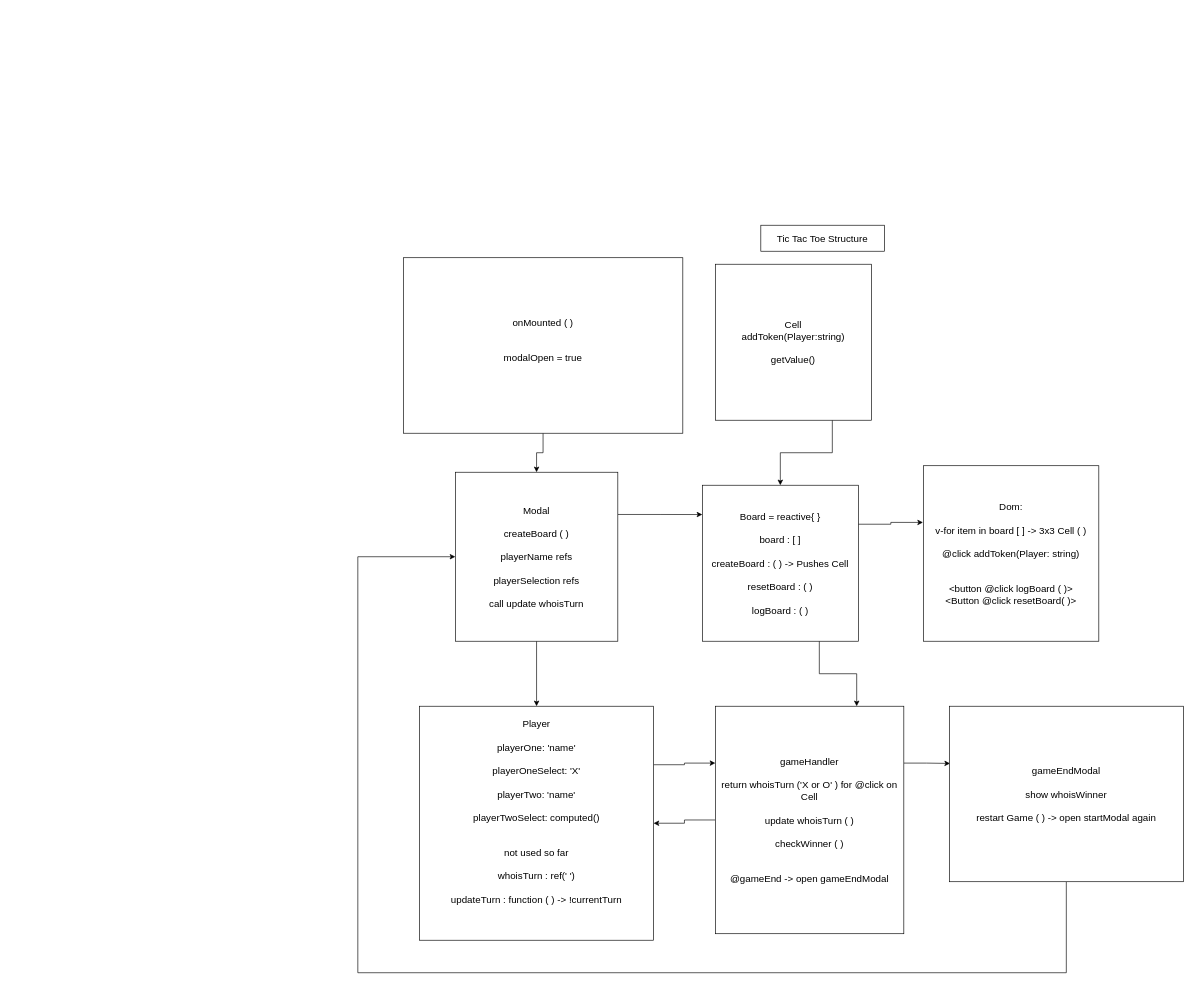
JohKei/vue-odin-project keeps this draw.io diagram as src/assets/ticTacToeStructure.drawio. Above is the earlier version. Source tidied: cells renumbered, new cells numbered last; positions are measured from the earlier drawing's top-left corner, leaving out a move shared by most shapes. Both pictures are drawn from the tidied source at 65%, with x=0, y=0 at pixel (358, 225).
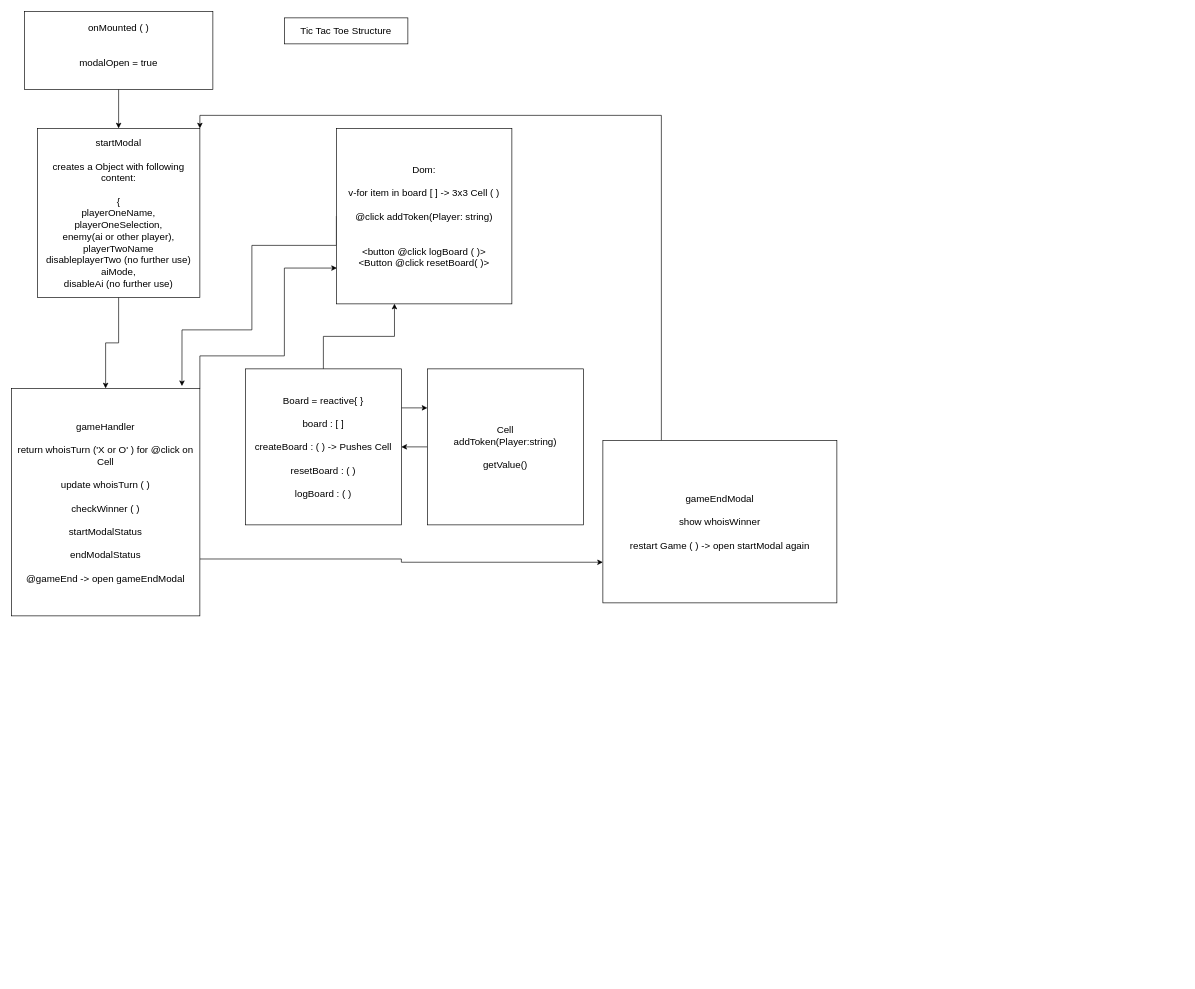
After the change.

What changed in the source:
```diff
@@
     <mxCell id="2" value="Tic Tac Toe Structure" style="rounded=0;whiteSpace=wrap;html=1;fontSize=15;" parent="1" vertex="1">
-      <mxGeometry x="620" width="190" height="40" as="geometry" />
+      <mxGeometry x="-113" y="-319" width="190" height="40" as="geometry" />
     </mxCell>
-    <mxCell id="3" style="edgeStyle=orthogonalEdgeStyle;rounded=0;jettySize=auto;html=1;exitX=0.75;exitY=1;exitDx=0;exitDy=0;entryX=0.5;entryY=0;entryDx=0;entryDy=0;" parent="1" edge="1" source="4" target="9">
+    <mxCell id="3" style="edgeStyle=orthogonalEdgeStyle;rounded=0;jettySize=auto;html=1;exitX=0;exitY=0.5;exitDx=0;exitDy=0;entryX=1;entryY=0.5;entryDx=0;entryDy=0;" parent="1" edge="1" source="4" target="9">
       <mxGeometry relative="1" as="geometry" />
     </mxCell>
     <mxCell id="4" value="&lt;div style=&quot;font-size: 15px;&quot;&gt;Cell&lt;/div&gt;&lt;div style=&quot;font-size: 15px;&quot;&gt;addToken(Player:string)&lt;br style=&quot;font-size: 15px;&quot;&gt;&lt;br style=&quot;font-size: 15px;&quot;&gt;getValue()&lt;br style=&quot;font-size: 15px;&quot;&gt;&lt;/div&gt;" style="whiteSpace=wrap;html=1;fontSize=15;" parent="1" vertex="1">
-      <mxGeometry x="550" y="60" width="240" height="240" as="geometry" />
+      <mxGeometry x="107" y="221" width="240" height="240" as="geometry" />
     </mxCell>
-    <mxCell id="5" style="edgeStyle=orthogonalEdgeStyle;rounded=0;jettySize=auto;html=1;exitX=1;exitY=0.25;exitDx=0;exitDy=0;entryX=0.25;entryY=1;entryDx=0;entryDy=0;" parent="1" edge="1" source="6" target="15">
-      <mxGeometry relative="1" as="geometry" />
-    </mxCell>
-    <mxCell id="6" value="Player&lt;br style=&quot;font-size: 15px;&quot;&gt;&lt;br style=&quot;font-size: 15px;&quot;&gt;&lt;div style=&quot;font-size: 15px;&quot;&gt;playerOne: 'name'&lt;/div&gt;&lt;div style=&quot;font-size: 15px;&quot;&gt;&lt;br style=&quot;font-size: 15px;&quot;&gt;&lt;/div&gt;&lt;div style=&quot;font-size: 15px;&quot;&gt;playerOneSelect: 'X'&lt;/div&gt;&lt;div style=&quot;font-size: 15px;&quot;&gt;&lt;br style=&quot;font-size: 15px;&quot;&gt;&lt;/div&gt;&lt;div style=&quot;font-size: 15px;&quot;&gt;playerTwo: 'name'&lt;/div&gt;&lt;div style=&quot;font-size: 15px;&quot;&gt;&lt;br style=&quot;font-size: 15px;&quot;&gt;&lt;/div&gt;&lt;div style=&quot;font-size: 15px;&quot;&gt;playerTwoSelect: computed()&lt;/div&gt;&lt;div style=&quot;font-size: 15px;&quot;&gt;&lt;br&gt;&lt;/div&gt;&lt;div style=&quot;font-size: 15px;&quot;&gt;&lt;br style=&quot;font-size: 15px;&quot;&gt;&lt;/div&gt;&lt;div style=&quot;font-size: 15px;&quot;&gt;not used so far&lt;/div&gt;&lt;div style=&quot;font-size: 15px;&quot;&gt;&lt;br&gt;&lt;/div&gt;&lt;div style=&quot;font-size: 15px;&quot;&gt;whoisTurn : ref(' ')&lt;/div&gt;&lt;div style=&quot;font-size: 15px;&quot;&gt;&lt;br&gt;&lt;/div&gt;&lt;div style=&quot;font-size: 15px;&quot;&gt;updateTurn : function ( ) -&amp;gt; !currentTurn&lt;br&gt;&lt;br&gt;&lt;br&gt;&lt;/div&gt;" style="whiteSpace=wrap;html=1;fontSize=15;" parent="1" vertex="1">
-      <mxGeometry x="95" y="740" width="360" height="360" as="geometry" />
-    </mxCell>
-    <mxCell id="7" style="edgeStyle=orthogonalEdgeStyle;rounded=0;jettySize=auto;html=1;exitX=1;exitY=0.25;exitDx=0;exitDy=0;entryX=-0.002;entryY=0.323;entryDx=0;entryDy=0;entryPerimeter=0;" parent="1" edge="1" source="9" target="10">
+    <mxCell id="7" style="edgeStyle=orthogonalEdgeStyle;rounded=0;jettySize=auto;html=1;exitX=0.5;exitY=0;exitDx=0;exitDy=0;entryX=0.331;entryY=0.999;entryDx=0;entryDy=0;entryPerimeter=0;" parent="1" edge="1" source="9" target="10">
       <mxGeometry relative="1" as="geometry" />
     </mxCell>
-    <mxCell id="8" style="edgeStyle=orthogonalEdgeStyle;rounded=0;jettySize=auto;html=1;exitX=0.75;exitY=1;exitDx=0;exitDy=0;entryX=0;entryY=0.25;entryDx=0;entryDy=0;" parent="1" edge="1" source="9" target="15">
-      <mxGeometry relative="1" as="geometry" />
-    </mxCell>
+    <mxCell id="21" style="edgeStyle=orthogonalEdgeStyle;rounded=0;jettySize=auto;html=1;exitX=1;exitY=0.25;exitDx=0;exitDy=0;entryX=0;entryY=0.25;entryDx=0;entryDy=0;" parent="1" edge="1" source="9" target="4">
+      <mxGeometry relative="1" as="geometry" />
+    </mxCell>
     <mxCell id="9" value="Board = reactive{ }&lt;br style=&quot;font-size: 15px;&quot;&gt;&lt;br style=&quot;font-size: 15px;&quot;&gt;&lt;div style=&quot;font-size: 15px;&quot;&gt;board : [ ]&lt;/div&gt;&lt;div style=&quot;font-size: 15px;&quot;&gt;&lt;br style=&quot;font-size: 15px;&quot;&gt;&lt;/div&gt;&lt;div style=&quot;font-size: 15px;&quot;&gt;createBoard : ( ) -&amp;gt; Pushes Cell&lt;/div&gt;&lt;div style=&quot;font-size: 15px;&quot;&gt;&lt;br style=&quot;font-size: 15px;&quot;&gt;&lt;/div&gt;&lt;div style=&quot;font-size: 15px;&quot;&gt;resetBoard : ( ) &lt;br style=&quot;font-size: 15px;&quot;&gt;&lt;/div&gt;&lt;div style=&quot;font-size: 15px;&quot;&gt;&lt;br style=&quot;font-size: 15px;&quot;&gt;logBoard : ( )&lt;br style=&quot;font-size: 15px;&quot;&gt;&lt;/div&gt;" style="whiteSpace=wrap;html=1;fontSize=15;" parent="1" vertex="1">
-      <mxGeometry x="530" y="400" width="240" height="240" as="geometry" />
+      <mxGeometry x="-173" y="221" width="240" height="240" as="geometry" />
     </mxCell>
+    <mxCell id="22" style="edgeStyle=orthogonalEdgeStyle;rounded=0;jettySize=auto;html=1;exitX=0;exitY=0.5;exitDx=0;exitDy=0;entryX=-0.01;entryY=0.095;entryDx=0;entryDy=0;entryPerimeter=0;" parent="1" edge="1" source="10" target="15">
+      <mxGeometry relative="1" as="geometry">
+        <Array as="points">
+          <mxPoint x="-33" y="31" />
+          <mxPoint x="-163" y="31" />
+          <mxPoint x="-163" y="161" />
+          <mxPoint x="-271" y="161" />
+        </Array>
+      </mxGeometry>
+    </mxCell>
     <mxCell id="10" value="Dom:&lt;br style=&quot;font-size: 15px;&quot;&gt;&lt;div style=&quot;font-size: 15px;&quot;&gt;&lt;br style=&quot;font-size: 15px;&quot;&gt;&lt;/div&gt;&lt;div style=&quot;font-size: 15px;&quot;&gt;v-for item in board [ ] -&amp;gt; 3x3 Cell ( )&lt;br style=&quot;font-size: 15px;&quot;&gt;&lt;br style=&quot;font-size: 15px;&quot;&gt;@click addToken(Player: string) &lt;br style=&quot;font-size: 15px;&quot;&gt;&lt;br style=&quot;font-size: 15px;&quot;&gt;&lt;br style=&quot;font-size: 15px;&quot;&gt;&amp;lt;button @click logBoard ( )&amp;gt;&lt;/div&gt;&lt;div style=&quot;font-size: 15px;&quot;&gt;&amp;lt;Button @click resetBoard( )&amp;gt;&lt;br style=&quot;font-size: 15px;&quot;&gt;&lt;/div&gt;" style="whiteSpace=wrap;html=1;fontSize=15;" parent="1" vertex="1">
-      <mxGeometry x="870" y="370" width="270" height="270" as="geometry" />
+      <mxGeometry x="-33" y="-149" width="270" height="270" as="geometry" />
     </mxCell>
-    <mxCell id="11" style="edgeStyle=orthogonalEdgeStyle;rounded=0;jettySize=auto;html=1;exitX=1;exitY=0.5;exitDx=0;exitDy=0;" parent="1" edge="1" source="12" target="18">
+    <mxCell id="11" style="edgeStyle=orthogonalEdgeStyle;rounded=0;jettySize=auto;html=1;exitX=1;exitY=0.5;exitDx=0;exitDy=0;entryX=0.5;entryY=0;entryDx=0;entryDy=0;" parent="1" edge="1" source="12" target="18">
       <mxGeometry relative="1" as="geometry" />
     </mxCell>
     <mxCell id="12" value="onMounted ( ) &lt;br style=&quot;font-size: 15px;&quot;&gt;&lt;br style=&quot;font-size: 15px;&quot;&gt;&lt;div&gt;&lt;br&gt;&lt;/div&gt;&lt;div&gt;modalOpen = true&lt;/div&gt;&lt;div&gt;&lt;br&gt;&lt;/div&gt;" style="rounded=1;whiteSpace=wrap;html=1;direction=south;fontSize=15;arcSize=0;" parent="1" vertex="1">
-      <mxGeometry x="70" y="50" width="430" height="270" as="geometry" />
+      <mxGeometry x="-513" y="-329" width="290" height="120" as="geometry" />
     </mxCell>
-    <mxCell id="13" style="edgeStyle=orthogonalEdgeStyle;rounded=0;jettySize=auto;html=1;exitX=0.5;exitY=1;exitDx=0;exitDy=0;entryX=1;entryY=0.5;entryDx=0;entryDy=0;" parent="1" edge="1" source="15" target="6">
-      <mxGeometry relative="1" as="geometry" />
-    </mxCell>
+    <mxCell id="23" style="edgeStyle=orthogonalEdgeStyle;rounded=0;jettySize=auto;html=1;exitX=0;exitY=0;exitDx=0;exitDy=0;entryX=0.003;entryY=0.796;entryDx=0;entryDy=0;entryPerimeter=0;" parent="1" edge="1" source="15" target="10">
+      <mxGeometry relative="1" as="geometry">
+        <Array as="points">
+          <mxPoint x="-243" y="201" />
+          <mxPoint x="-113" y="201" />
+          <mxPoint x="-113" y="66" />
+        </Array>
+      </mxGeometry>
+    </mxCell>
-    <mxCell id="14" style="edgeStyle=orthogonalEdgeStyle;rounded=0;jettySize=auto;html=1;exitX=0.25;exitY=0;exitDx=0;exitDy=0;entryX=0.003;entryY=0.326;entryDx=0;entryDy=0;entryPerimeter=0;" parent="1" edge="1" source="15" target="20">
+    <mxCell id="14" style="edgeStyle=orthogonalEdgeStyle;rounded=0;jettySize=auto;html=1;exitX=0.75;exitY=0;exitDx=0;exitDy=0;entryX=0;entryY=0.75;entryDx=0;entryDy=0;" parent="1" edge="1" source="15" target="20">
       <mxGeometry relative="1" as="geometry" />
     </mxCell>
-    <mxCell id="15" value="&lt;font style=&quot;font-size: 15px;&quot;&gt;gameHandler&lt;/font&gt;&lt;br&gt;&lt;br&gt;return whoisTurn ('X or O' ) for @click on Cell&lt;br&gt;&lt;br&gt;update whoisTurn ( )&lt;br&gt;&lt;br&gt;&lt;div&gt;checkWinner ( )&lt;/div&gt;&lt;div&gt;&lt;br&gt;&lt;/div&gt;&lt;div&gt;&lt;br&gt;&lt;/div&gt;&lt;div&gt;@gameEnd -&amp;gt; open gameEndModal&lt;br&gt;&lt;/div&gt;" style="rounded=0;whiteSpace=wrap;html=1;direction=south;fontSize=15;" parent="1" vertex="1">
-      <mxGeometry x="550" y="740" width="290" height="350" as="geometry" />
+    <mxCell id="15" value="&lt;font style=&quot;font-size: 15px;&quot;&gt;gameHandler&lt;/font&gt;&lt;br&gt;&lt;br&gt;return whoisTurn ('X or O' ) for @click on Cell&lt;br&gt;&lt;br&gt;update whoisTurn ( )&lt;br&gt;&lt;br&gt;&lt;div&gt;checkWinner ( )&lt;/div&gt;&lt;div&gt;&lt;br&gt;&lt;/div&gt;&lt;div&gt;startModalStatus &lt;br&gt;&lt;br&gt;endModalStatus&lt;br&gt;&lt;/div&gt;&lt;div&gt;&lt;br&gt;&lt;/div&gt;&lt;div&gt;@gameEnd -&amp;gt; open gameEndModal&lt;br&gt;&lt;/div&gt;" style="rounded=0;whiteSpace=wrap;html=1;direction=south;fontSize=15;" parent="1" vertex="1">
+      <mxGeometry x="-533" y="251" width="290" height="350" as="geometry" />
     </mxCell>
-    <mxCell id="16" style="edgeStyle=orthogonalEdgeStyle;rounded=0;jettySize=auto;html=1;exitX=1;exitY=0.25;exitDx=0;exitDy=0;entryX=0;entryY=0.188;entryDx=0;entryDy=0;entryPerimeter=0;" parent="1" edge="1" source="18" target="9">
-      <mxGeometry relative="1" as="geometry" />
-    </mxCell>
-    <mxCell id="17" style="edgeStyle=orthogonalEdgeStyle;rounded=0;jettySize=auto;html=1;exitX=0.5;exitY=1;exitDx=0;exitDy=0;entryX=0.5;entryY=0;entryDx=0;entryDy=0;" parent="1" edge="1" source="18" target="6">
-      <mxGeometry relative="1" as="geometry" />
-    </mxCell>
+    <mxCell id="24" style="edgeStyle=orthogonalEdgeStyle;rounded=0;jettySize=auto;html=1;exitX=0.5;exitY=1;exitDx=0;exitDy=0;entryX=0;entryY=0.5;entryDx=0;entryDy=0;" parent="1" edge="1" source="18" target="15">
+      <mxGeometry relative="1" as="geometry" />
+    </mxCell>
-    <mxCell id="18" value="Modal&lt;br style=&quot;font-size: 15px;&quot;&gt;&lt;div&gt;&lt;br&gt;&lt;/div&gt;&lt;div&gt;createBoard ( ) &lt;br&gt;&lt;/div&gt;&lt;div&gt;&lt;br&gt;&lt;/div&gt;&lt;div&gt;playerName refs&lt;br&gt;&lt;br&gt;playerSelection refs&lt;br&gt;&lt;br&gt;call update whoisTurn&lt;br&gt;&lt;/div&gt;" style="rounded=0;whiteSpace=wrap;html=1;fontSize=15;" parent="1" vertex="1">
-      <mxGeometry x="150" y="380" width="250" height="260" as="geometry" />
+    <mxCell id="18" value="startModal&lt;br&gt;&lt;br&gt;creates a Object with following content:&lt;br&gt;&lt;br&gt;{&lt;br&gt;playerOneName,&lt;br&gt;&lt;div&gt;playerOneSelection,&lt;/div&gt;&lt;div&gt;enemy(ai or other player),&lt;/div&gt;&lt;div&gt;playerTwoName&lt;/div&gt;&lt;div&gt;disableplayerTwo (no further use)&lt;/div&gt;&lt;div&gt;aiMode,&lt;/div&gt;&lt;div&gt;disableAi (no further use)&lt;/div&gt;" style="rounded=0;whiteSpace=wrap;html=1;fontSize=15;" parent="1" vertex="1">
+      <mxGeometry x="-493" y="-149" width="250" height="260" as="geometry" />
     </mxCell>
-    <mxCell id="19" style="edgeStyle=orthogonalEdgeStyle;rounded=0;jettySize=auto;html=1;exitX=0.5;exitY=1;exitDx=0;exitDy=0;entryX=0;entryY=0.5;entryDx=0;entryDy=0;" parent="1" edge="1" source="20" target="18">
-      <mxGeometry relative="1" as="geometry">
-        <Array as="points">
-          <mxPoint x="1090" y="1150" />
-          <mxPoint y="1150" />
-          <mxPoint y="510" />
-        </Array>
-      </mxGeometry>
+    <mxCell id="19" style="edgeStyle=orthogonalEdgeStyle;rounded=0;jettySize=auto;html=1;exitX=0.25;exitY=0;exitDx=0;exitDy=0;entryX=1;entryY=0;entryDx=0;entryDy=0;" parent="1" edge="1" source="20" target="18">
+      <mxGeometry relative="1" as="geometry" />
     </mxCell>
     <mxCell id="20" value="gameEndModal&lt;br style=&quot;font-size: 15px;&quot;&gt;&lt;br style=&quot;font-size: 15px;&quot;&gt;show whoisWinner&lt;br style=&quot;font-size: 15px;&quot;&gt;&lt;div&gt;&lt;br&gt;&lt;/div&gt;&lt;div&gt;restart Game ( ) -&amp;gt; open startModal again&lt;br&gt;&lt;/div&gt;" style="rounded=0;whiteSpace=wrap;html=1;fontSize=15;" parent="1" vertex="1">
-      <mxGeometry x="910" y="740" width="360" height="270" as="geometry" />
+      <mxGeometry x="377" y="331" width="360" height="250" as="geometry" />
     </mxCell>
+    <mxCell id="25" value="&amp;nbsp;" style="text;whiteSpace=wrap;html=1;" parent="1" vertex="1">
+      <mxGeometry x="127" y="131" width="40" height="40" as="geometry" />
+    </mxCell>
```
